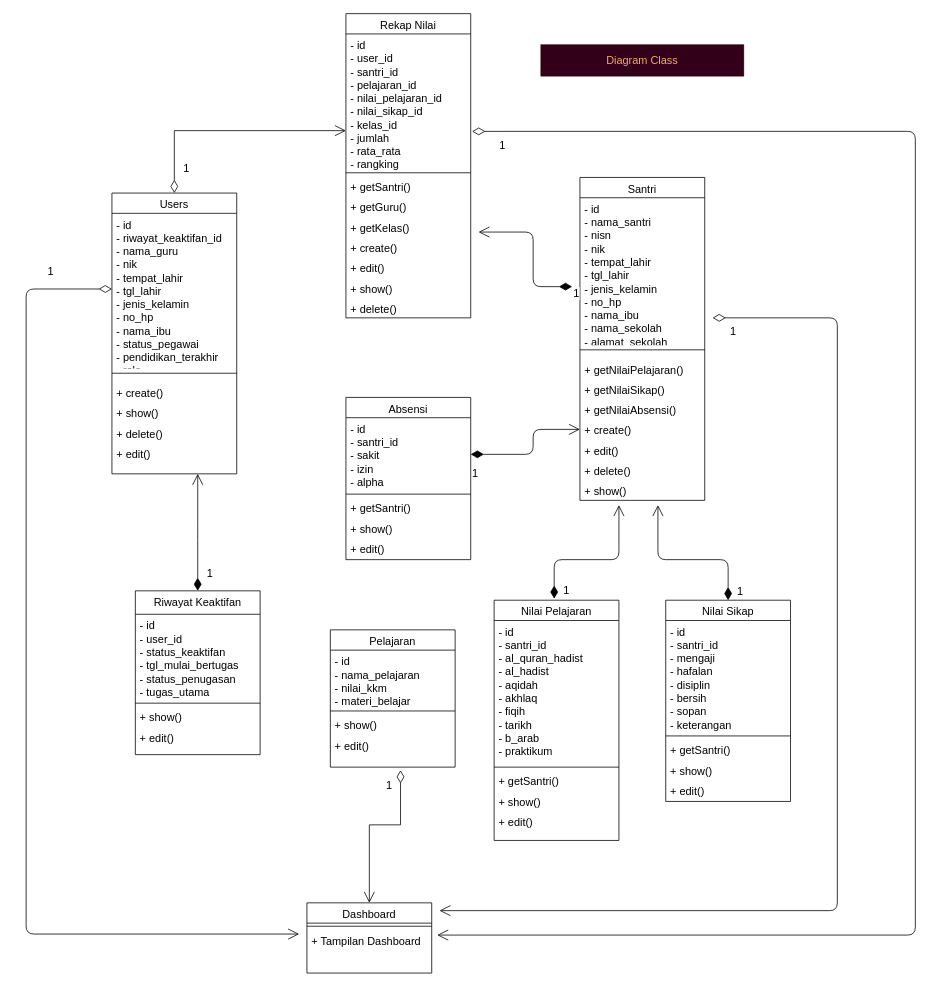
Before: page "Diagram-Class" (4 of 22) of draw.io/Proyek-3.drawio in Tugas-Proyek-Polindra/proyek-3, a draw.io diagram. Source tidied: cells renumbered, new cells numbered last; positions are measured from the earlier drawing's top-left corner, leaving out a move shared by most shapes. Both pictures are drawn from the tidied source at 78%, with x=0, y=0 at pixel (26, 13).
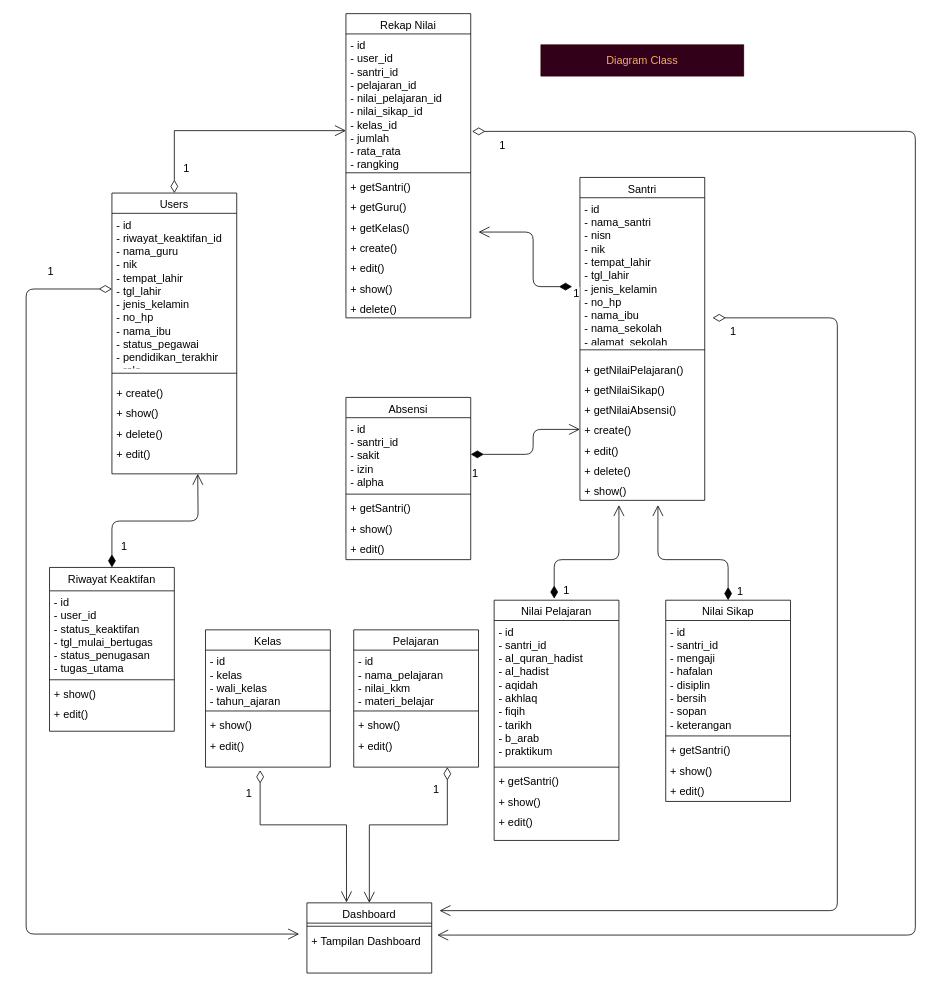
Above is the later version.

Commit message:
revisi diagram class

Unchanged cells that the change refers to:
```xml
<mxCell id="39" value="Dashboard" style="swimlane;fontStyle=0;align=center;verticalAlign=top;horizontal=1;startSize=26;rounded=0;shadow=0;strokeWidth=1;fontSize=14;" parent="1" vertex="1">
  <mxGeometry x="360" y="1140" width="160" height="90" as="geometry" />
</mxCell>
```

The edit, as a diff of the source:
```diff
@@
     <mxCell id="11" value="Pelajaran" style="swimlane;fontStyle=0;align=center;verticalAlign=top;horizontal=1;startSize=26;rounded=0;shadow=0;strokeWidth=1;fontSize=14;" parent="1" vertex="1">
-      <mxGeometry x="390" y="790" width="160" height="176" as="geometry" />
+      <mxGeometry x="420" y="790" width="160" height="176" as="geometry" />
     </mxCell>
@@
     <mxCell id="60" value="Riwayat Keaktifan" style="swimlane;fontStyle=0;align=center;verticalAlign=top;horizontal=1;startSize=30;rounded=0;shadow=0;strokeWidth=1;fontSize=14;" parent="1" vertex="1">
-      <mxGeometry x="140" y="740" width="160" height="210" as="geometry" />
+      <mxGeometry x="30" y="710" width="160" height="210" as="geometry" />
     </mxCell>
@@
-    <mxCell id="68" value="1" style="endArrow=open;html=1;endSize=12;startArrow=diamondThin;startSize=14;startFill=0;edgeStyle=orthogonalEdgeStyle;align=left;verticalAlign=bottom;rounded=0;fontSize=14;entryX=0.5;entryY=0;entryDx=0;entryDy=0;" parent="1" edge="1" target="39">
+    <mxCell id="68" value="1" style="endArrow=open;html=1;endSize=12;startArrow=diamondThin;startSize=14;startFill=0;edgeStyle=orthogonalEdgeStyle;align=left;verticalAlign=bottom;rounded=0;fontSize=14;entryX=0.5;entryY=0;entryDx=0;entryDy=0;exitX=0.75;exitY=1;exitDx=0;exitDy=0;" parent="1" edge="1" source="11" target="39">
       <mxGeometry x="-0.71" y="-20" relative="1" as="geometry">
-        <mxPoint x="480" y="970" as="sourcePoint" />
         <Array as="points">
-          <mxPoint x="480" y="1040" />
+          <mxPoint x="540" y="1040" />
           <mxPoint x="440" y="1040" />
         </Array>
       </mxGeometry>
     </mxCell>
@@
+    <mxCell id="71" value="Kelas" style="swimlane;fontStyle=0;align=center;verticalAlign=top;horizontal=1;startSize=26;rounded=0;shadow=0;strokeWidth=1;fontSize=14;" parent="1" vertex="1">
+      <mxGeometry x="230" y="790" width="160" height="176" as="geometry" />
+    </mxCell>
+    <mxCell id="72" value="- id&#10;- kelas&#10;- wali_kelas&#10;- tahun_ajaran" style="text;align=left;verticalAlign=top;spacingLeft=4;spacingRight=4;overflow=hidden;fontSize=14;" parent="71" vertex="1">
+      <mxGeometry y="26" width="160" height="74" as="geometry" />
+    </mxCell>
+    <mxCell id="73" style="line;html=1;strokeWidth=1;align=left;verticalAlign=middle;spacingTop=-1;spacingLeft=3;spacingRight=3;labelPosition=right;fontSize=14;" parent="71" vertex="1">
+      <mxGeometry y="100" width="160" height="8" as="geometry" />
+    </mxCell>
+    <mxCell id="74" value="+ show()" style="text;strokeColor=none;fillColor=none;align=left;verticalAlign=top;spacingLeft=4;spacingRight=4;overflow=hidden;fontSize=14;" parent="71" vertex="1">
+      <mxGeometry y="108" width="160" height="26" as="geometry" />
+    </mxCell>
+    <mxCell id="75" value="+ edit()&#10;" style="text;align=left;verticalAlign=top;spacingLeft=4;spacingRight=4;overflow=hidden;fontSize=14;" parent="71" vertex="1">
+      <mxGeometry y="134" width="160" height="26" as="geometry" />
+    </mxCell>
+    <mxCell id="76" value="1" style="endArrow=open;html=1;endSize=12;startArrow=diamondThin;startSize=14;startFill=0;edgeStyle=orthogonalEdgeStyle;align=left;verticalAlign=bottom;rounded=0;fontSize=14;entryX=0.317;entryY=-0.006;entryDx=0;entryDy=0;entryPerimeter=0;" parent="1" edge="1" target="39">
+      <mxGeometry x="-0.71" y="-20" relative="1" as="geometry">
+        <mxPoint x="300" y="970" as="sourcePoint" />
+        <Array as="points">
+          <mxPoint x="300" y="1040" />
+          <mxPoint x="411" y="1040" />
+        </Array>
+      </mxGeometry>
+    </mxCell>
```
